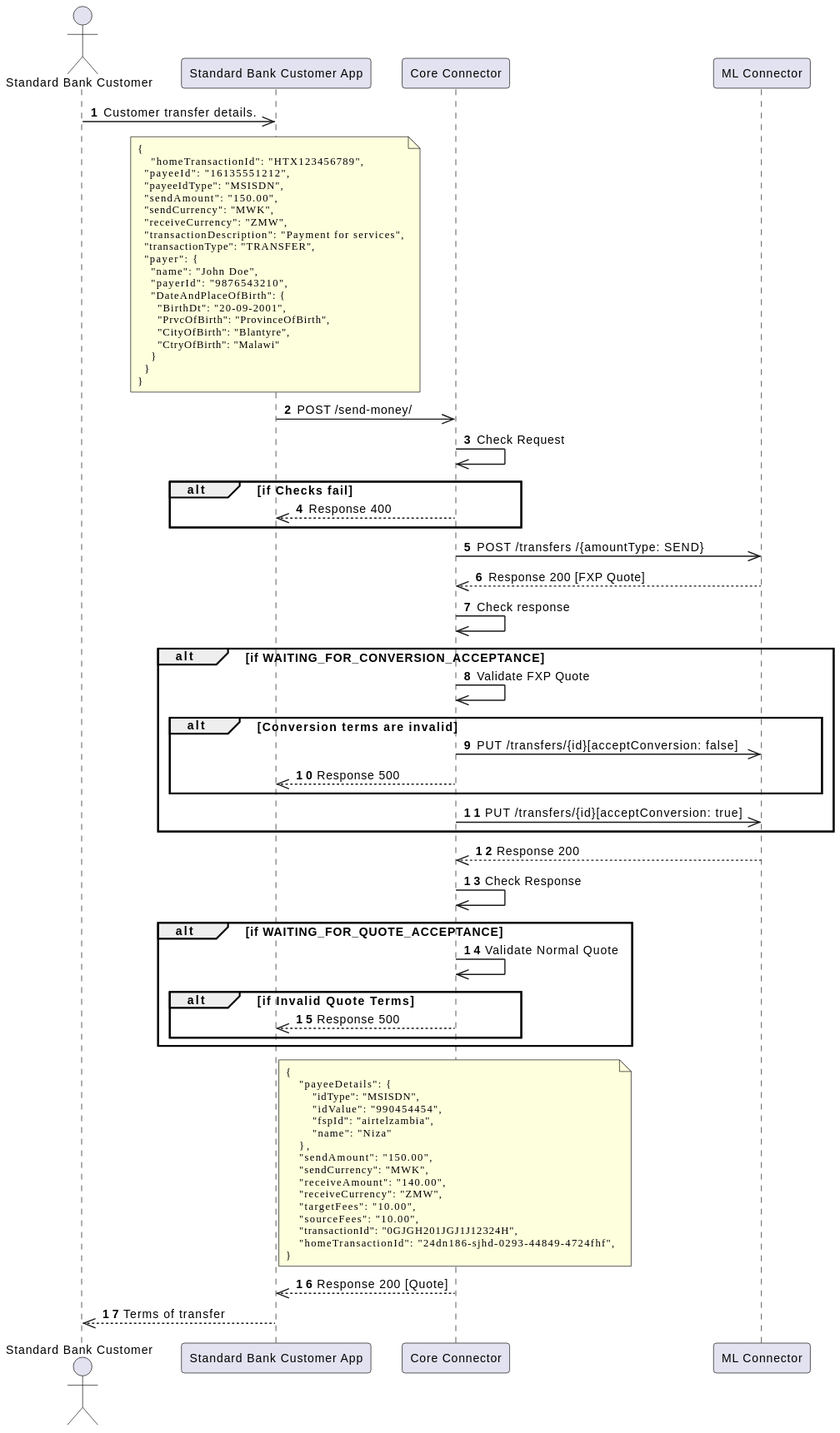
Earlier version of the PlantUML export standard-bank-mw-core-connector/docs/payer/images/send-money-initiate-transfer.svg (mojaloop/ml-reference-connectors).
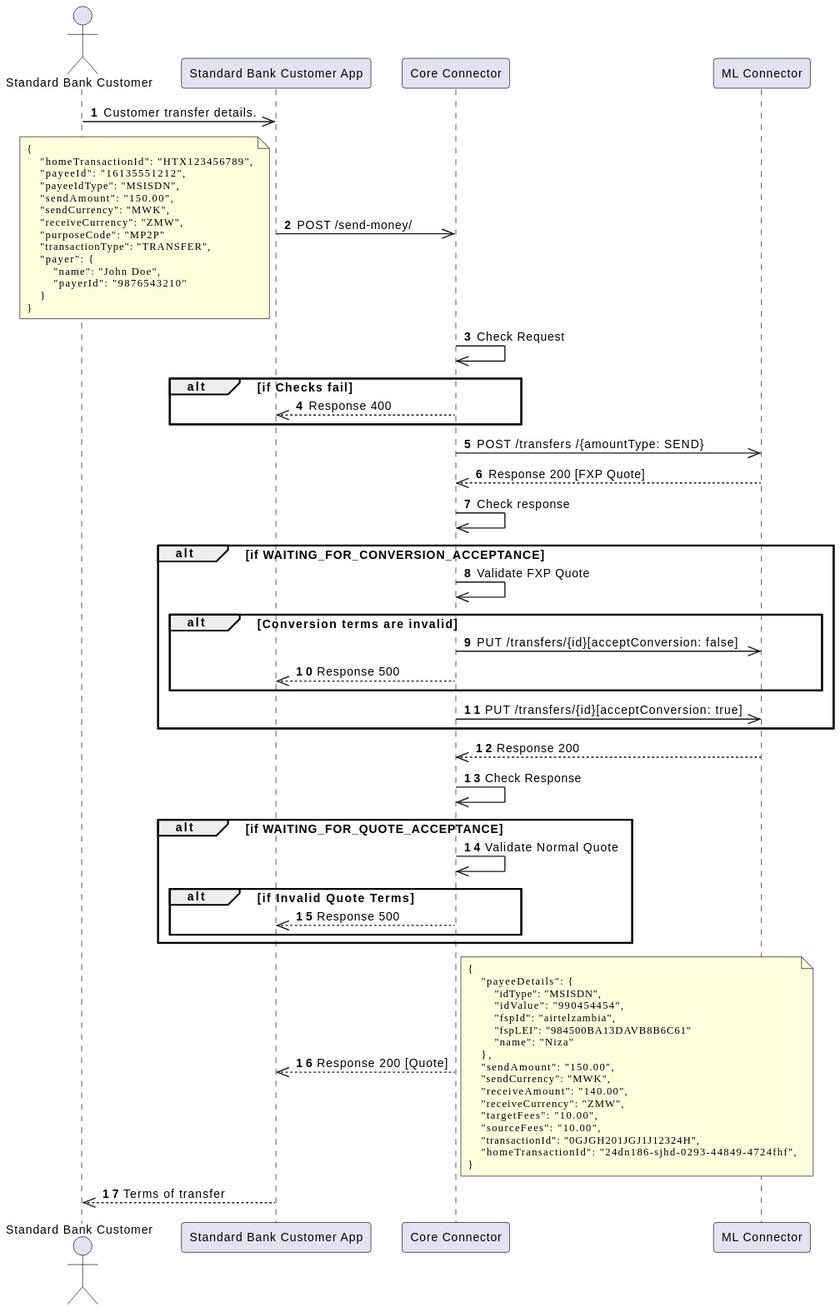
After the change.

Diff of the diagram source:
```diff
@@ -14,30 +14,23 @@
 Customer ->> App: Customer transfer details.
 
 
-note over App
+App ->> Core: POST /send-money/
+note left
 {
     "homeTransactionId": "HTX123456789",
-  "payeeId": "16135551212",
-  "payeeIdType": "MSISDN",
-  "sendAmount": "150.00",
-  "sendCurrency": "MWK",
-  "receiveCurrency": "ZMW",
-  "transactionDescription": "Payment for services",
-  "transactionType": "TRANSFER",
-  "payer": {
-    "name": "John Doe",
-    "payerId": "9876543210",
-    "DateAndPlaceOfBirth": {
-      "BirthDt": "20-09-2001",
-      "PrvcOfBirth": "ProvinceOfBirth",
-      "CityOfBirth": "Blantyre",
-      "CtryOfBirth": "Malawi"
+    "payeeId": "16135551212",
+    "payeeIdType": "MSISDN",
+    "sendAmount": "150.00",
+    "sendCurrency": "MWK",
+    "receiveCurrency": "ZMW",
+    "purposeCode": "MP2P"
+    "transactionType": "TRANSFER",
+    "payer": {
+        "name": "John Doe",
+        "payerId": "9876543210"
     }
-  }
 }
 end note
-App ->> Core: POST /send-money/
-
 
 Core ->> Core: Check Request
 
@@ -74,13 +67,14 @@
     end
 end
 
-
-note over Core
+Core -->> App: Response 200 [Quote]
+note right
 {
     "payeeDetails": {
         "idType": "MSISDN",
         "idValue": "990454454",
         "fspId": "airtelzambia",
+        "fspLEI": "984500BA13DAVB8B6C61"
         "name": "Niza"
     },
     "sendAmount": "150.00",
@@ -93,7 +87,6 @@
     "homeTransactionId": "24dn186-sjhd-0293-44849-4724fhf",
 }
 end note
-Core -->> App: Response 200 [Quote]
 
 App -->> Customer: Terms of transfer
 @enduml
```
